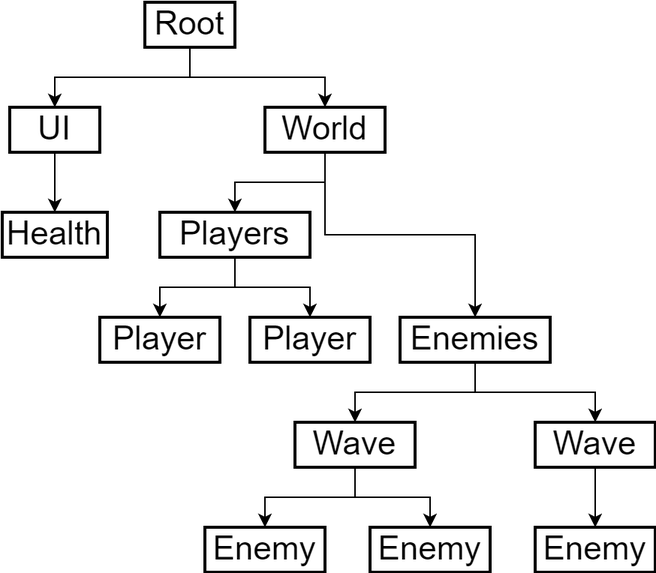
Earlier version of the draw.io export assets/images/002/HierarchicalSystem.png (extremq/blog). Source tidied: cells renumbered, new cells last; positions are measured from the earlier drawing's top-left corner, leaving out a move shared by most shapes.
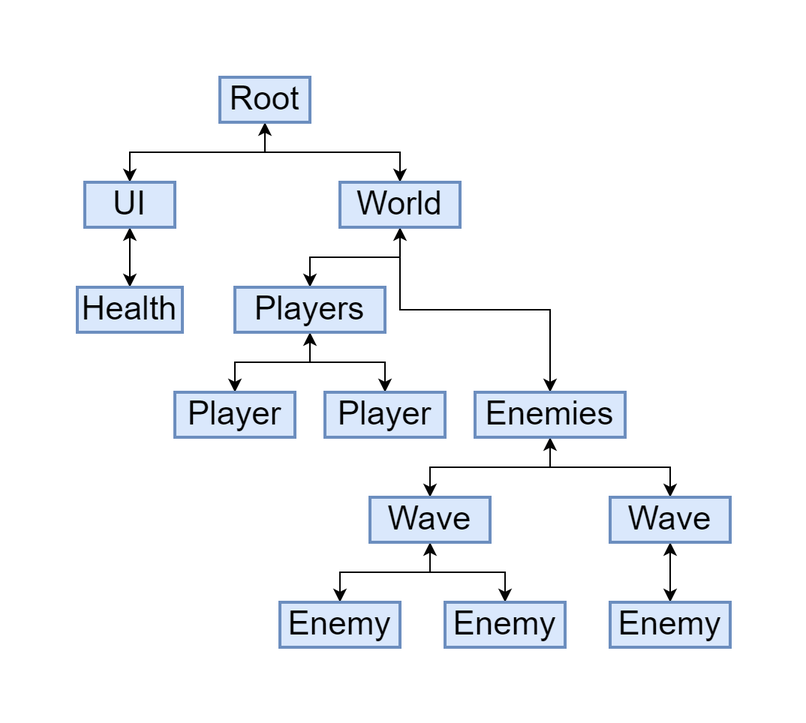
The same file after the commit.

Change to the diagram source:
```diff
@@ -5,77 +5,94 @@
     <mxCell id="2" style="edgeStyle=orthogonalEdgeStyle;rounded=0;jettySize=auto;html=1;exitX=0.5;exitY=1;exitDx=0;exitDy=0;entryX=0.5;entryY=0;entryDx=0;entryDy=0;fontSize=22;" parent="1" edge="1" source="4" target="6">
       <mxGeometry relative="1" as="geometry" />
     </mxCell>
-    <mxCell id="3" style="edgeStyle=orthogonalEdgeStyle;rounded=0;jettySize=auto;html=1;exitX=0.5;exitY=1;exitDx=0;exitDy=0;entryX=0.5;entryY=0;entryDx=0;entryDy=0;fontSize=22;" parent="1" edge="1" source="4" target="9">
+    <mxCell id="3" style="edgeStyle=orthogonalEdgeStyle;rounded=0;jettySize=auto;html=1;exitX=0.5;exitY=1;exitDx=0;exitDy=0;entryX=0.5;entryY=0;entryDx=0;entryDy=0;fontSize=22;startArrow=classic;startFill=1;" parent="1" edge="1" source="4" target="9">
       <mxGeometry relative="1" as="geometry" />
     </mxCell>
-    <mxCell id="4" value="&lt;font style=&quot;font-size: 22px;&quot;&gt;Root&lt;/font&gt;" style="rounded=0;whiteSpace=wrap;html=1;strokeWidth=2;" parent="1" vertex="1">
+    <mxCell id="4" value="&lt;font style=&quot;font-size: 22px;&quot;&gt;Root&lt;/font&gt;" style="rounded=0;whiteSpace=wrap;html=1;strokeWidth=2;fillColor=#dae8fc;strokeColor=#6c8ebf;" parent="1" vertex="1">
       <mxGeometry x="95" width="60" height="30" as="geometry" />
     </mxCell>
-    <mxCell id="5" style="edgeStyle=orthogonalEdgeStyle;rounded=0;jettySize=auto;html=1;exitX=0.5;exitY=1;exitDx=0;exitDy=0;entryX=0.5;entryY=0;entryDx=0;entryDy=0;fontSize=22;" parent="1" edge="1" source="6" target="26">
+    <mxCell id="5" style="edgeStyle=orthogonalEdgeStyle;rounded=0;jettySize=auto;html=1;exitX=0.5;exitY=1;exitDx=0;exitDy=0;entryX=0.5;entryY=0;entryDx=0;entryDy=0;fontSize=22;startArrow=classic;startFill=1;" parent="1" edge="1" source="6" target="26">
       <mxGeometry relative="1" as="geometry" />
     </mxCell>
-    <mxCell id="6" value="&lt;font style=&quot;font-size: 22px;&quot;&gt;UI&lt;/font&gt;" style="rounded=0;whiteSpace=wrap;html=1;strokeWidth=2;" parent="1" vertex="1">
+    <mxCell id="6" value="&lt;font style=&quot;font-size: 22px;&quot;&gt;UI&lt;/font&gt;" style="rounded=0;whiteSpace=wrap;html=1;strokeWidth=2;fillColor=#dae8fc;strokeColor=#6c8ebf;" parent="1" vertex="1">
       <mxGeometry x="5" y="70" width="60" height="30" as="geometry" />
     </mxCell>
     <mxCell id="7" style="edgeStyle=orthogonalEdgeStyle;rounded=0;jettySize=auto;html=1;exitX=0.5;exitY=1;exitDx=0;exitDy=0;entryX=0.5;entryY=0;entryDx=0;entryDy=0;fontSize=22;" parent="1" edge="1" source="9" target="12">
       <mxGeometry relative="1" as="geometry" />
     </mxCell>
-    <mxCell id="8" style="edgeStyle=orthogonalEdgeStyle;rounded=0;jettySize=auto;html=1;exitX=0.5;exitY=1;exitDx=0;exitDy=0;fontSize=22;" parent="1" edge="1" source="9" target="17">
+    <mxCell id="8" style="edgeStyle=orthogonalEdgeStyle;rounded=0;jettySize=auto;html=1;exitX=0.5;exitY=1;exitDx=0;exitDy=0;entryX=0.5;entryY=0;entryDx=0;entryDy=0;startArrow=classic;startFill=1;" parent="1" edge="1" source="9" target="17">
       <mxGeometry relative="1" as="geometry" />
     </mxCell>
-    <mxCell id="9" value="&lt;font style=&quot;font-size: 22px;&quot;&gt;World&lt;/font&gt;" style="rounded=0;whiteSpace=wrap;html=1;strokeWidth=2;" parent="1" vertex="1">
+    <mxCell id="9" value="&lt;font style=&quot;font-size: 22px;&quot;&gt;World&lt;/font&gt;" style="rounded=0;whiteSpace=wrap;html=1;strokeWidth=2;fillColor=#dae8fc;strokeColor=#6c8ebf;" parent="1" vertex="1">
       <mxGeometry x="175" y="70" width="80" height="30" as="geometry" />
     </mxCell>
-    <mxCell id="10" style="edgeStyle=orthogonalEdgeStyle;rounded=0;jettySize=auto;html=1;exitX=0.5;exitY=1;exitDx=0;exitDy=0;entryX=0.5;entryY=0;entryDx=0;entryDy=0;fontSize=22;" parent="1" edge="1" source="12" target="13">
-      <mxGeometry relative="1" as="geometry" />
-    </mxCell>
-    <mxCell id="11" style="edgeStyle=orthogonalEdgeStyle;rounded=0;jettySize=auto;html=1;exitX=0.5;exitY=1;exitDx=0;exitDy=0;entryX=0.5;entryY=0;entryDx=0;entryDy=0;fontSize=22;" parent="1" edge="1" source="12" target="14">
-      <mxGeometry relative="1" as="geometry" />
-    </mxCell>
+    <mxCell id="27" style="edgeStyle=orthogonalEdgeStyle;rounded=0;jettySize=auto;html=1;exitX=0.5;exitY=1;exitDx=0;exitDy=0;entryX=0.5;entryY=0;entryDx=0;entryDy=0;fontSize=22;" parent="1" edge="1" source="12" target="29">
+      <mxGeometry relative="1" as="geometry" />
+    </mxCell>
+    <mxCell id="28" style="edgeStyle=orthogonalEdgeStyle;rounded=0;jettySize=auto;html=1;exitX=0.5;exitY=1;exitDx=0;exitDy=0;entryX=0.5;entryY=0;entryDx=0;entryDy=0;fontSize=22;startArrow=classic;startFill=1;" parent="1" edge="1" source="12" target="30">
+      <mxGeometry relative="1" as="geometry" />
+    </mxCell>
-    <mxCell id="12" value="&lt;font style=&quot;font-size: 22px;&quot;&gt;Players&lt;/font&gt;" style="rounded=0;whiteSpace=wrap;html=1;strokeWidth=2;" parent="1" vertex="1">
+    <mxCell id="12" value="&lt;font style=&quot;font-size: 22px;&quot;&gt;Players&lt;/font&gt;" style="rounded=0;whiteSpace=wrap;html=1;strokeWidth=2;fillColor=#dae8fc;strokeColor=#6c8ebf;" parent="1" vertex="1">
       <mxGeometry x="105" y="140" width="100" height="30" as="geometry" />
     </mxCell>
-    <mxCell id="13" value="&lt;font style=&quot;font-size: 22px;&quot;&gt;Player&lt;/font&gt;" style="rounded=0;whiteSpace=wrap;html=1;strokeWidth=2;" parent="1" vertex="1">
-      <mxGeometry x="65" y="210" width="80" height="30" as="geometry" />
-    </mxCell>
-    <mxCell id="14" value="&lt;font style=&quot;font-size: 22px;&quot;&gt;Player&lt;/font&gt;" style="rounded=0;whiteSpace=wrap;html=1;strokeWidth=2;" parent="1" vertex="1">
-      <mxGeometry x="165" y="210" width="80" height="30" as="geometry" />
-    </mxCell>
-    <mxCell id="15" style="edgeStyle=orthogonalEdgeStyle;rounded=0;jettySize=auto;html=1;exitX=0.5;exitY=1;exitDx=0;exitDy=0;entryX=0.5;entryY=0;entryDx=0;entryDy=0;fontSize=22;" parent="1" edge="1" source="17" target="22">
-      <mxGeometry relative="1" as="geometry" />
-    </mxCell>
-    <mxCell id="16" style="edgeStyle=orthogonalEdgeStyle;rounded=0;jettySize=auto;html=1;exitX=0.5;exitY=1;exitDx=0;exitDy=0;entryX=0.5;entryY=0;entryDx=0;entryDy=0;fontSize=22;" parent="1" edge="1" source="17" target="20">
-      <mxGeometry relative="1" as="geometry" />
-    </mxCell>
+    <mxCell id="29" value="&lt;font style=&quot;font-size: 22px;&quot;&gt;Player&lt;/font&gt;" style="rounded=0;whiteSpace=wrap;html=1;strokeWidth=2;fillColor=#dae8fc;strokeColor=#6c8ebf;" parent="1" vertex="1">
+      <mxGeometry x="65" y="210" width="80" height="30" as="geometry" />
+    </mxCell>
+    <mxCell id="30" value="&lt;font style=&quot;font-size: 22px;&quot;&gt;Player&lt;/font&gt;" style="rounded=0;whiteSpace=wrap;html=1;strokeWidth=2;fillColor=#dae8fc;strokeColor=#6c8ebf;" parent="1" vertex="1">
+      <mxGeometry x="165" y="210" width="80" height="30" as="geometry" />
+    </mxCell>
+    <mxCell id="31" style="edgeStyle=orthogonalEdgeStyle;rounded=0;jettySize=auto;html=1;exitX=0.5;exitY=1;exitDx=0;exitDy=0;entryX=0.5;entryY=0;entryDx=0;entryDy=0;fontSize=22;fillColor=#f8cecc;strokeColor=#050505;" parent="1" edge="1" source="17" target="37">
+      <mxGeometry relative="1" as="geometry">
+        <Array as="points">
+          <mxPoint x="315" y="260" />
+          <mxPoint x="395" y="260" />
+        </Array>
+      </mxGeometry>
+    </mxCell>
+    <mxCell id="32" style="edgeStyle=orthogonalEdgeStyle;rounded=0;jettySize=auto;html=1;exitX=0.5;exitY=1;exitDx=0;exitDy=0;entryX=0.5;entryY=0;entryDx=0;entryDy=0;fontSize=22;fillColor=#f8cecc;strokeColor=#050505;startArrow=classic;startFill=1;" parent="1" edge="1" source="17" target="35">
+      <mxGeometry relative="1" as="geometry" />
+    </mxCell>
-    <mxCell id="17" value="&lt;font style=&quot;font-size: 22px;&quot;&gt;Enemies&lt;br&gt;&lt;/font&gt;" style="rounded=0;whiteSpace=wrap;html=1;strokeWidth=2;" parent="1" vertex="1">
+    <mxCell id="17" value="&lt;font style=&quot;font-size: 22px;&quot;&gt;Enemies&lt;br&gt;&lt;/font&gt;" style="rounded=0;whiteSpace=wrap;html=1;strokeWidth=2;fillColor=#dae8fc;strokeColor=#6c8ebf;" parent="1" vertex="1">
       <mxGeometry x="265" y="210" width="100" height="30" as="geometry" />
     </mxCell>
-    <mxCell id="18" style="edgeStyle=orthogonalEdgeStyle;rounded=0;jettySize=auto;html=1;exitX=0.5;exitY=1;exitDx=0;exitDy=0;entryX=0.5;entryY=0;entryDx=0;entryDy=0;fontSize=22;" parent="1" edge="1" source="20" target="23">
-      <mxGeometry relative="1" as="geometry" />
-    </mxCell>
-    <mxCell id="19" style="edgeStyle=orthogonalEdgeStyle;rounded=0;jettySize=auto;html=1;exitX=0.5;exitY=1;exitDx=0;exitDy=0;entryX=0.5;entryY=0;entryDx=0;entryDy=0;fontSize=22;" parent="1" edge="1" source="20" target="24">
-      <mxGeometry relative="1" as="geometry" />
-    </mxCell>
-    <mxCell id="20" value="&lt;font style=&quot;font-size: 22px;&quot;&gt;Wave&lt;/font&gt;" style="rounded=0;whiteSpace=wrap;html=1;strokeWidth=2;" parent="1" vertex="1">
-      <mxGeometry x="195" y="280" width="80" height="30" as="geometry" />
-    </mxCell>
-    <mxCell id="21" style="edgeStyle=orthogonalEdgeStyle;rounded=0;jettySize=auto;html=1;exitX=0.5;exitY=1;exitDx=0;exitDy=0;entryX=0.5;entryY=0;entryDx=0;entryDy=0;fontSize=22;" parent="1" edge="1" source="22" target="25">
-      <mxGeometry relative="1" as="geometry" />
-    </mxCell>
-    <mxCell id="22" value="&lt;font style=&quot;font-size: 22px;&quot;&gt;Wave&lt;/font&gt;" style="rounded=0;whiteSpace=wrap;html=1;strokeWidth=2;" parent="1" vertex="1">
-      <mxGeometry x="355" y="280" width="80" height="30" as="geometry" />
-    </mxCell>
-    <mxCell id="23" value="&lt;font style=&quot;font-size: 22px;&quot;&gt;Enemy&lt;/font&gt;" style="rounded=0;whiteSpace=wrap;html=1;strokeWidth=2;" parent="1" vertex="1">
-      <mxGeometry x="135" y="350" width="80" height="30" as="geometry" />
-    </mxCell>
-    <mxCell id="24" value="&lt;font style=&quot;font-size: 22px;&quot;&gt;Enemy&lt;/font&gt;" style="rounded=0;whiteSpace=wrap;html=1;strokeWidth=2;" parent="1" vertex="1">
-      <mxGeometry x="245" y="350" width="80" height="30" as="geometry" />
-    </mxCell>
-    <mxCell id="25" value="&lt;font style=&quot;font-size: 22px;&quot;&gt;Enemy&lt;/font&gt;" style="rounded=0;whiteSpace=wrap;html=1;strokeWidth=2;" parent="1" vertex="1">
-      <mxGeometry x="355" y="350" width="80" height="30" as="geometry" />
-    </mxCell>
+    <mxCell id="33" style="edgeStyle=orthogonalEdgeStyle;rounded=0;jettySize=auto;html=1;exitX=0.5;exitY=1;exitDx=0;exitDy=0;entryX=0.5;entryY=0;entryDx=0;entryDy=0;fontSize=22;fillColor=#f5f5f5;strokeColor=#050505;" parent="1" edge="1" source="35" target="38">
+      <mxGeometry relative="1" as="geometry" />
+    </mxCell>
+    <mxCell id="34" style="edgeStyle=orthogonalEdgeStyle;rounded=0;jettySize=auto;html=1;exitX=0.5;exitY=1;exitDx=0;exitDy=0;entryX=0.5;entryY=0;entryDx=0;entryDy=0;fontSize=22;fillColor=#dae8fc;strokeColor=#050505;startArrow=classic;startFill=1;" parent="1" edge="1" source="35" target="39">
+      <mxGeometry relative="1" as="geometry" />
+    </mxCell>
+    <mxCell id="35" value="&lt;font style=&quot;font-size: 22px;&quot;&gt;Wave&lt;/font&gt;" style="rounded=0;whiteSpace=wrap;html=1;strokeWidth=2;fillColor=#dae8fc;strokeColor=#6c8ebf;" parent="1" vertex="1">
+      <mxGeometry x="195" y="280" width="80" height="30" as="geometry" />
+    </mxCell>
+    <mxCell id="36" style="edgeStyle=orthogonalEdgeStyle;rounded=0;jettySize=auto;html=1;exitX=0.5;exitY=1;exitDx=0;exitDy=0;entryX=0.5;entryY=0;entryDx=0;entryDy=0;fontSize=22;fillColor=#dae8fc;strokeColor=#050505;startArrow=classic;startFill=1;" parent="1" edge="1" source="37" target="40">
+      <mxGeometry relative="1" as="geometry" />
+    </mxCell>
+    <mxCell id="37" value="&lt;font style=&quot;font-size: 22px;&quot;&gt;Wave&lt;/font&gt;" style="rounded=0;whiteSpace=wrap;html=1;strokeWidth=2;fillColor=#dae8fc;strokeColor=#6c8ebf;" parent="1" vertex="1">
+      <mxGeometry x="355" y="280" width="80" height="30" as="geometry" />
+    </mxCell>
+    <mxCell id="38" value="&lt;font style=&quot;font-size: 22px;&quot;&gt;Enemy&lt;/font&gt;" style="rounded=0;whiteSpace=wrap;html=1;strokeWidth=2;fillColor=#f8cecc;strokeColor=#b85450;" parent="1" vertex="1">
+      <mxGeometry x="135" y="350" width="80" height="30" as="geometry" />
+    </mxCell>
+    <mxCell id="39" value="&lt;font style=&quot;font-size: 22px;&quot;&gt;Enemy&lt;/font&gt;" style="rounded=0;whiteSpace=wrap;html=1;strokeWidth=2;fillColor=#dae8fc;strokeColor=#6c8ebf;" parent="1" vertex="1">
+      <mxGeometry x="245" y="350" width="80" height="30" as="geometry" />
+    </mxCell>
+    <mxCell id="40" value="&lt;font style=&quot;font-size: 22px;&quot;&gt;Enemy&lt;/font&gt;" style="rounded=0;whiteSpace=wrap;html=1;strokeWidth=2;fillColor=#dae8fc;strokeColor=#6c8ebf;" parent="1" vertex="1">
+      <mxGeometry x="355" y="350" width="80" height="30" as="geometry" />
+    </mxCell>
-    <mxCell id="26" value="&lt;span style=&quot;font-size: 22px;&quot;&gt;Health&lt;/span&gt;" style="rounded=0;whiteSpace=wrap;html=1;strokeWidth=2;" parent="1" vertex="1">
+    <mxCell id="26" value="&lt;span style=&quot;font-size: 22px;&quot;&gt;Health&lt;/span&gt;" style="rounded=0;whiteSpace=wrap;html=1;strokeWidth=2;fillColor=#dae8fc;strokeColor=#6c8ebf;" parent="1" vertex="1">
       <mxGeometry y="140" width="70" height="30" as="geometry" />
     </mxCell>
+    <mxCell id="41" value="&lt;font style=&quot;font-size: 22px;&quot;&gt;Wave&lt;/font&gt;" style="rounded=0;whiteSpace=wrap;html=1;strokeWidth=2;fillColor=#dae8fc;strokeColor=#6c8ebf;" parent="1" vertex="1">
+      <mxGeometry x="355" y="280" width="80" height="30" as="geometry" />
+    </mxCell>
+    <mxCell id="42" value="&lt;font style=&quot;font-size: 22px;&quot;&gt;Enemy&lt;/font&gt;" style="rounded=0;whiteSpace=wrap;html=1;strokeWidth=2;fillColor=#dae8fc;strokeColor=#6c8ebf;" parent="1" vertex="1">
+      <mxGeometry x="355" y="350" width="80" height="30" as="geometry" />
+    </mxCell>
+    <mxCell id="43" value="&lt;font style=&quot;font-size: 22px;&quot;&gt;Enemy&lt;/font&gt;" style="rounded=0;whiteSpace=wrap;html=1;strokeWidth=2;fillColor=#dae8fc;strokeColor=#6c8ebf;" parent="1" vertex="1">
+      <mxGeometry x="245" y="350" width="80" height="30" as="geometry" />
+    </mxCell>
+    <mxCell id="44" value="&lt;font style=&quot;font-size: 22px;&quot;&gt;Enemy&lt;/font&gt;" style="rounded=0;whiteSpace=wrap;html=1;strokeWidth=2;fillColor=#dae8fc;strokeColor=#6c8ebf;" parent="1" vertex="1">
+      <mxGeometry x="135" y="350" width="80" height="30" as="geometry" />
+    </mxCell>
   </root>
 </mxGraphModel>
```
